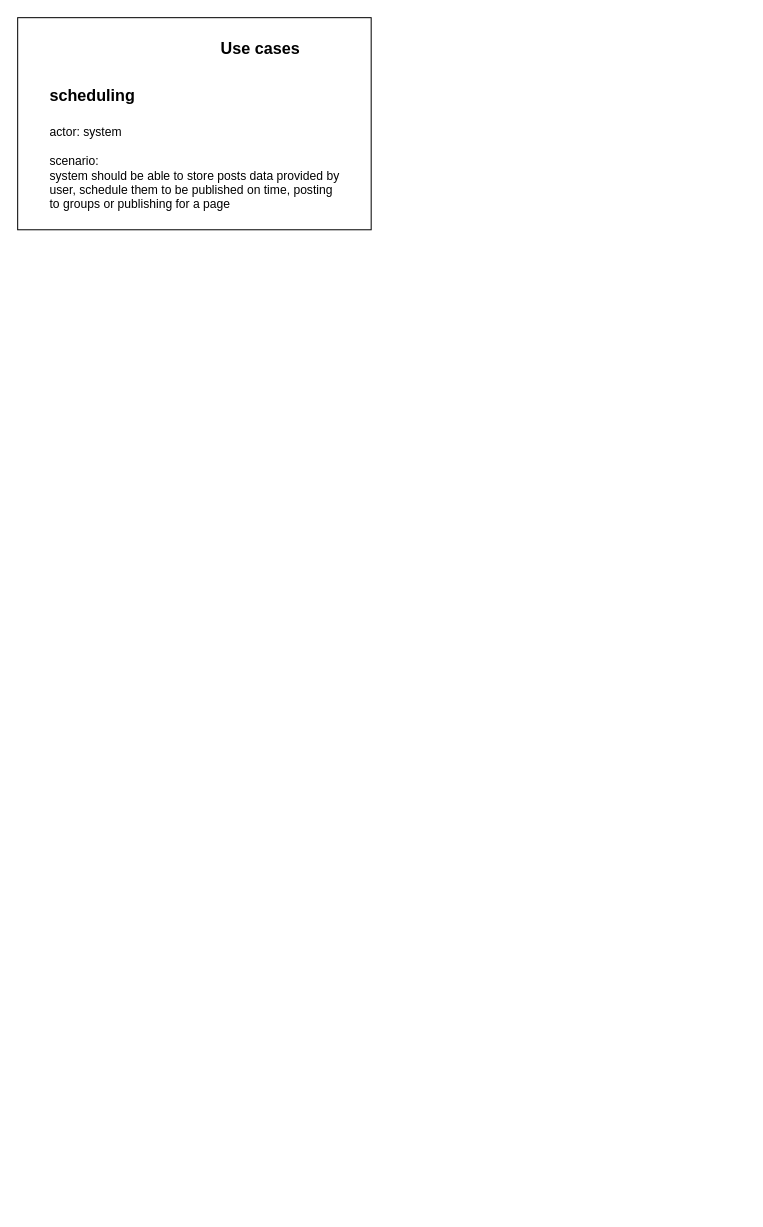
The draw.io diagram page "scheduling" (3 of 3) of auto-post.drawio in ahmed-elbehairy7/pamylka-system-design, before the edit. Source tidied: cells renumbered, new cells numbered last; positions are measured from the earlier drawing's top-left corner, leaving out a move shared by most shapes. Both pictures are drawn from the tidied source at 101%, with x=0, y=0 at pixel (17, 17).
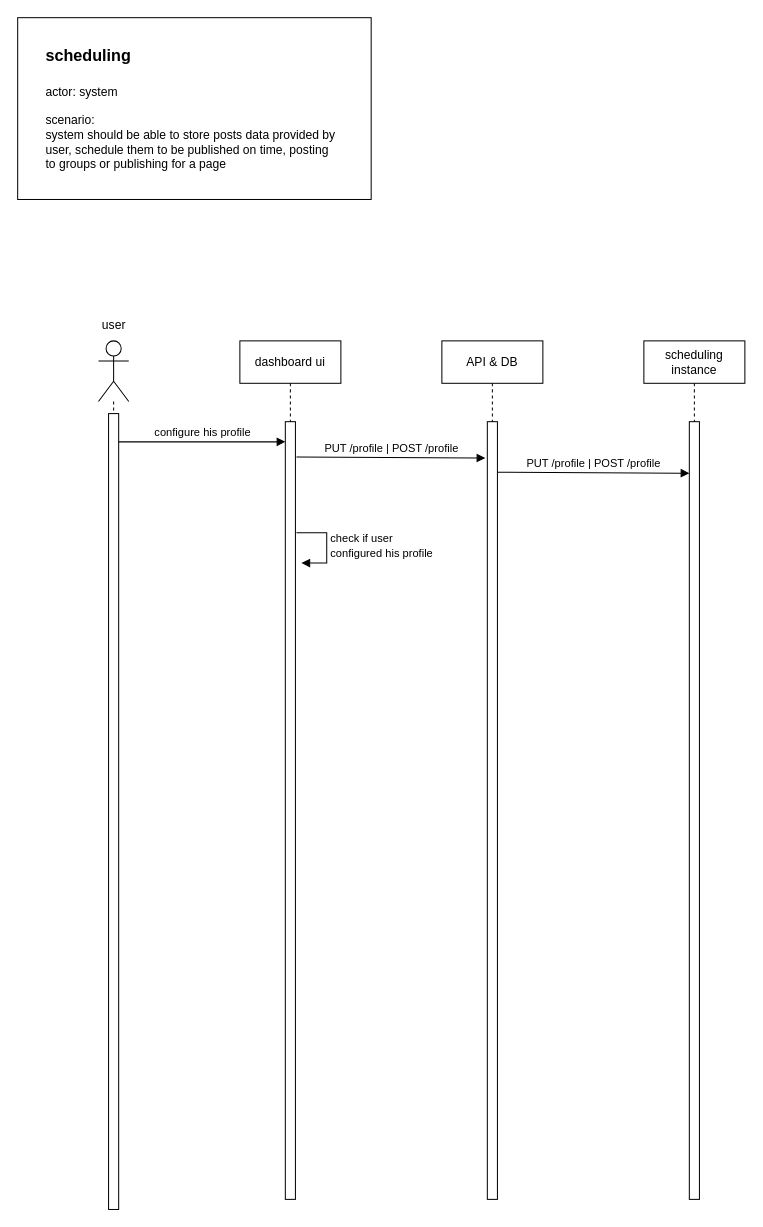
The same diagram, later.

What changed in the source:
```diff
@@
     <mxCell id="2" style="group;" parent="1" vertex="1">
-      <mxGeometry width="350" height="214" as="geometry" />
+      <mxGeometry width="350" height="180" as="geometry" />
     </mxCell>
     <mxCell id="3" style="whiteSpace=wrap;html=1;fontSize=11;" parent="2" vertex="1">
-      <mxGeometry width="350" height="210" as="geometry" />
+      <mxGeometry width="350" height="180" as="geometry" />
     </mxCell>
-    <mxCell id="4" value="&lt;font style=&quot;font-size: 16px;&quot;&gt;&lt;b&gt;Use cases&lt;/b&gt;&lt;/font&gt;" style="text;html=1;align=center;verticalAlign=middle;strokeColor=none;fillColor=none;" parent="2" vertex="1">
-      <mxGeometry x="190" y="15" width="100" height="30" as="geometry" />
-    </mxCell>
     <mxCell id="5" value="&lt;div&gt;&lt;span style=&quot;font-size: 16px;&quot;&gt;&lt;b&gt;scheduling&lt;/b&gt;&lt;/span&gt;&lt;/div&gt;&lt;div&gt;&lt;span style=&quot;font-size: 16px;&quot;&gt;&lt;b&gt;&lt;br&gt;&lt;/b&gt;&lt;/span&gt;&lt;/div&gt;&lt;div&gt;actor: system&lt;/div&gt;&lt;div&gt;&lt;br&gt;&lt;/div&gt;&lt;div&gt;scenario:&lt;/div&gt;&lt;div&gt;system should be able to store posts data provided by&lt;/div&gt;&lt;div&gt;user, schedule them to be published on time, posting&lt;/div&gt;&lt;div&gt;to groups or publishing for a page&lt;/div&gt;" style="text;html=1;align=left;verticalAlign=middle;strokeColor=none;fillColor=none;" parent="2" vertex="1">
-      <mxGeometry x="30" y="60" width="310" height="140" as="geometry" />
+      <mxGeometry x="26" y="20" width="310" height="140" as="geometry" />
     </mxCell>
+    <mxCell id="6" style="shape=umlLifeline;perimeter=lifelinePerimeter;whiteSpace=wrap;html=1;newEdgeStyle={&quot;curved&quot;:0,&quot;rounded&quot;:0};participant=umlActor;size=60;" parent="1" vertex="1">
+      <mxGeometry x="80" y="320" width="30" height="860" as="geometry" />
+    </mxCell>
+    <mxCell id="7" style="html=1;perimeter=orthogonalPerimeter;targetShapes=umlLifeline;newEdgeStyle={&quot;curved&quot;:0,&quot;rounded&quot;:0};" parent="6" vertex="1">
+      <mxGeometry x="10" y="72" width="10" height="788" as="geometry" />
+    </mxCell>
+    <mxCell id="8" value="user" style="text;html=1;align=center;verticalAlign=middle;strokeColor=none;fillColor=none;" parent="1" vertex="1">
+      <mxGeometry x="70" y="290" width="50" height="30" as="geometry" />
+    </mxCell>
+    <mxCell id="9" value="dashboard ui" style="shape=umlLifeline;perimeter=lifelinePerimeter;whiteSpace=wrap;html=1;newEdgeStyle={&quot;curved&quot;:0,&quot;rounded&quot;:0};size=42;" parent="1" vertex="1">
+      <mxGeometry x="220" y="320" width="100" height="850" as="geometry" />
+    </mxCell>
+    <mxCell id="10" style="html=1;perimeter=orthogonalPerimeter;targetShapes=umlLifeline;newEdgeStyle={&quot;curved&quot;:0,&quot;rounded&quot;:0};" parent="9" vertex="1">
+      <mxGeometry x="45" y="80" width="10" height="770" as="geometry" />
+    </mxCell>
+    <mxCell id="11" value="check if user&amp;nbsp;&lt;div&gt;configured his profile&lt;/div&gt;" style="html=1;align=left;spacingLeft=2;endArrow=block;rounded=0;edgeStyle=orthogonalEdgeStyle;curved=0;rounded=0;" parent="1" edge="1">
+      <mxGeometry relative="1" as="geometry">
+        <mxPoint x="276" y="510" as="sourcePoint" />
+        <mxPoint x="281" y="540" as="targetPoint" />
+        <Array as="points">
+          <mxPoint x="306" y="540" />
+        </Array>
+      </mxGeometry>
+    </mxCell>
+    <mxCell id="12" value="API &amp;amp; DB" style="shape=umlLifeline;perimeter=lifelinePerimeter;whiteSpace=wrap;html=1;newEdgeStyle={&quot;curved&quot;:0,&quot;rounded&quot;:0};size=42;" parent="1" vertex="1">
+      <mxGeometry x="420" y="320" width="100" height="850" as="geometry" />
+    </mxCell>
+    <mxCell id="13" style="html=1;perimeter=orthogonalPerimeter;targetShapes=umlLifeline;newEdgeStyle={&quot;curved&quot;:0,&quot;rounded&quot;:0};" parent="12" vertex="1">
+      <mxGeometry x="45" y="80" width="10" height="770" as="geometry" />
+    </mxCell>
+    <mxCell id="14" value="configure his profile" style="html=1;verticalAlign=bottom;endArrow=block;curved=0;rounded=0;" parent="1" edge="1">
+      <mxGeometry relative="1" as="geometry">
+        <mxPoint x="100" y="420" as="sourcePoint" />
+        <mxPoint x="265" y="420" as="targetPoint" />
+      </mxGeometry>
+    </mxCell>
+    <mxCell id="15" value="PUT /profile | POST /profile" style="html=1;verticalAlign=bottom;endArrow=block;curved=0;rounded=0;" parent="1" edge="1">
+      <mxGeometry relative="1" as="geometry">
+        <mxPoint x="276" y="435" as="sourcePoint" />
+        <mxPoint x="463" y="436" as="targetPoint" />
+      </mxGeometry>
+    </mxCell>
+    <mxCell id="16" value="scheduling instance" style="shape=umlLifeline;perimeter=lifelinePerimeter;whiteSpace=wrap;html=1;newEdgeStyle={&quot;curved&quot;:0,&quot;rounded&quot;:0};size=42;" parent="1" vertex="1">
+      <mxGeometry x="620" y="320" width="100" height="850" as="geometry" />
+    </mxCell>
+    <mxCell id="17" style="html=1;perimeter=orthogonalPerimeter;targetShapes=umlLifeline;newEdgeStyle={&quot;curved&quot;:0,&quot;rounded&quot;:0};" parent="16" vertex="1">
+      <mxGeometry x="45" y="80" width="10" height="770" as="geometry" />
+    </mxCell>
+    <mxCell id="18" value="PUT /profile | POST /profile" style="html=1;verticalAlign=bottom;endArrow=block;curved=0;rounded=0;" parent="1" edge="1">
+      <mxGeometry relative="1" as="geometry">
+        <mxPoint x="475" y="450" as="sourcePoint" />
+        <mxPoint x="665" y="451" as="targetPoint" />
+      </mxGeometry>
+    </mxCell>
```
